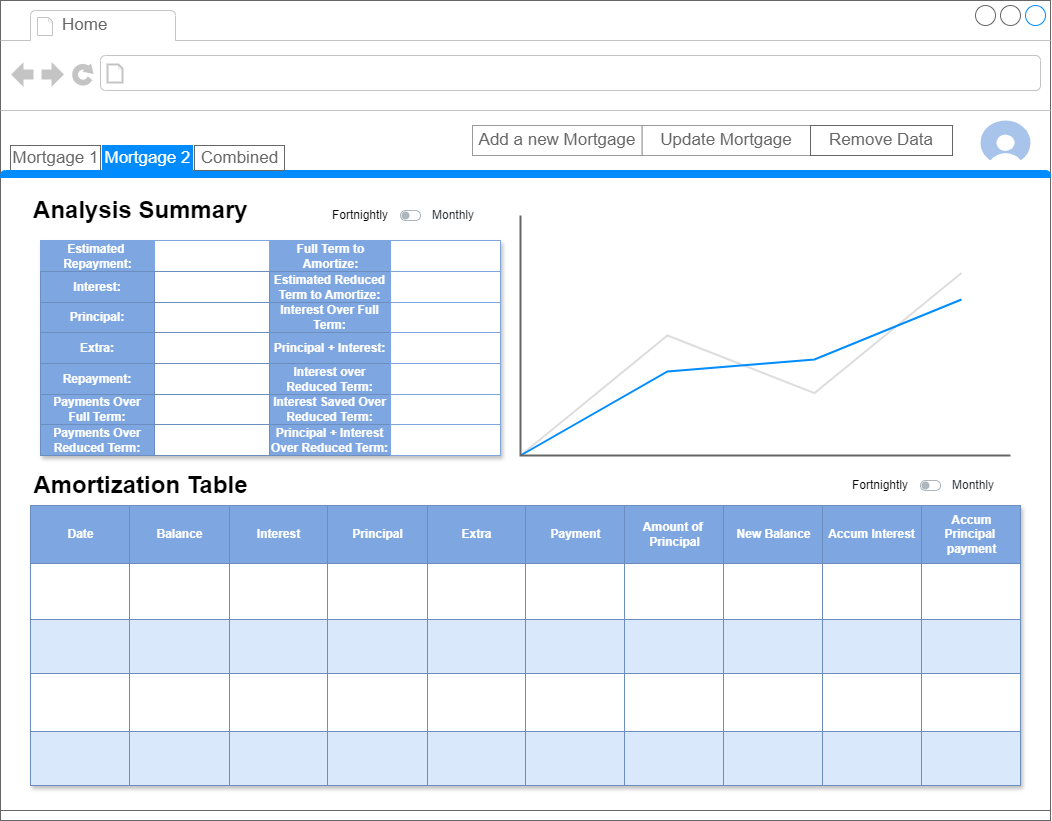
Earlier version of the draw.io export Design/wireframe_index.png (KatherineMulder/ITPR7.508-Business-Application-Programming-Semester-One-2024). Source tidied: cells renumbered, new cells last; positions are measured from the earlier drawing's top-left corner, leaving out a move shared by most shapes.
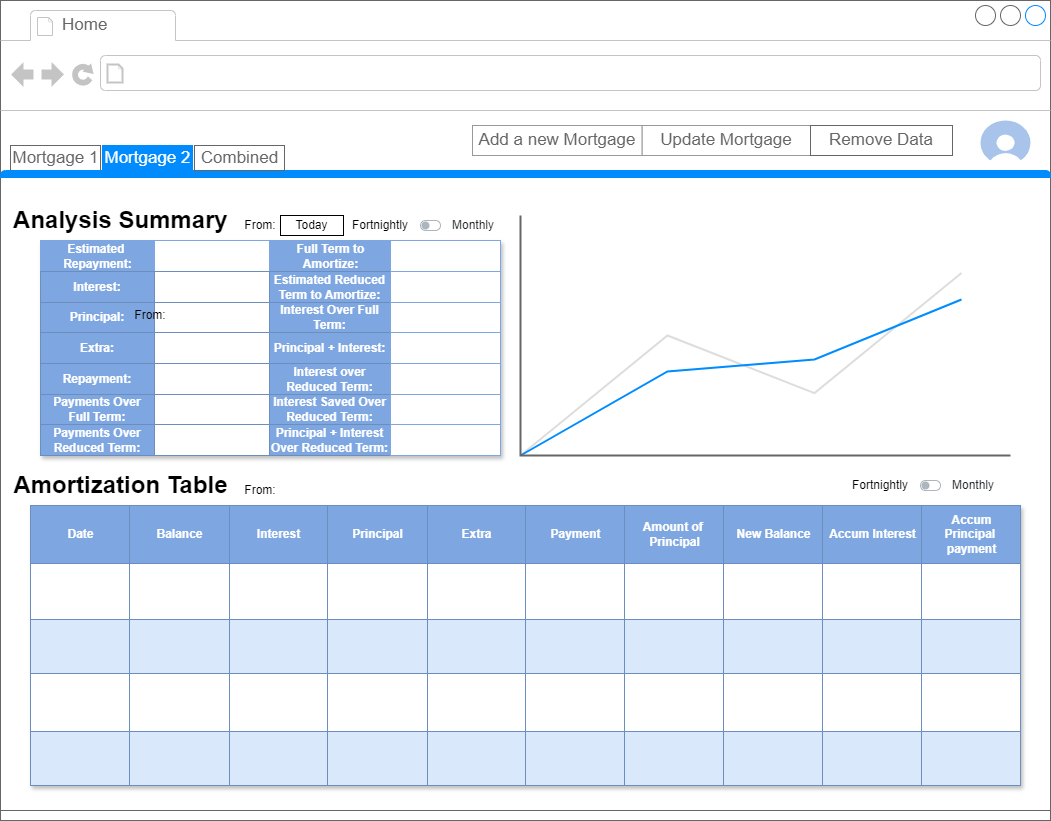
The same diagram one commit later.

The edit, as a diff of the source:
```diff
@@ -196,7 +196,7 @@
       <mxGeometry x="891" width="99" height="54" as="geometry" />
     </mxCell>
     <mxCell id="65" value="Amortization Table" style="text;strokeColor=none;fillColor=none;html=1;fontSize=24;fontStyle=1;verticalAlign=middle;align=center;" parent="5" vertex="1">
-      <mxGeometry x="90" y="320" width="100" height="40" as="geometry" />
+      <mxGeometry x="70" y="320" width="100" height="40" as="geometry" />
     </mxCell>
     <mxCell id="66" value="Monthly" style="html=1;shadow=0;dashed=0;shape=mxgraph.bootstrap.switch;strokeColor=#ADB6BD;strokeWidth=1;fillColor=#ffffff;fontColor=#212529;onStrokeColor=#ffffff;onFillColor=#0085FC;align=left;verticalAlign=middle;spacingLeft=10;labelPosition=right;verticalLabelPosition=middle;buttonState=0;sketch=0;" parent="5" vertex="1">
       <mxGeometry x="920" y="335" width="20" height="10" as="geometry" />
@@ -205,7 +205,7 @@
       <mxGeometry x="850" y="325" width="60" height="30" as="geometry" />
     </mxCell>
     <mxCell id="68" value="Analysis Summary" style="text;strokeColor=none;fillColor=none;html=1;fontSize=24;fontStyle=1;verticalAlign=middle;align=center;" parent="5" vertex="1">
-      <mxGeometry x="90" y="45" width="100" height="40" as="geometry" />
+      <mxGeometry x="70" y="55" width="100" height="40" as="geometry" />
     </mxCell>
     <mxCell id="69" value="Assets" style="strokeColor=#7EA6E0;fillColor=#7EA6E0;shadow=1;" parent="5" vertex="1">
       <mxGeometry x="40" y="95" width="460" height="215" as="geometry" />
@@ -316,11 +316,23 @@
       <mxGeometry x="350" width="110" height="31" as="geometry" />
     </mxCell>
     <mxCell id="105" value="Fortnightly" style="text;html=1;align=center;verticalAlign=middle;whiteSpace=wrap;rounded=0;" parent="5" vertex="1">
-      <mxGeometry x="330" y="55" width="60" height="30" as="geometry" />
+      <mxGeometry x="350" y="65" width="60" height="30" as="geometry" />
     </mxCell>
     <mxCell id="106" value="Monthly" style="html=1;shadow=0;dashed=0;shape=mxgraph.bootstrap.switch;strokeColor=#ADB6BD;strokeWidth=1;fillColor=#ffffff;fontColor=#212529;onStrokeColor=#ffffff;onFillColor=#0085FC;align=left;verticalAlign=middle;spacingLeft=10;labelPosition=right;verticalLabelPosition=middle;buttonState=0;sketch=0;" parent="5" vertex="1">
-      <mxGeometry x="400" y="65" width="20" height="10" as="geometry" />
+      <mxGeometry x="420" y="75" width="20" height="10" as="geometry" />
     </mxCell>
+    <mxCell id="114" value="From:" style="text;html=1;align=center;verticalAlign=middle;whiteSpace=wrap;rounded=0;" parent="5" vertex="1">
+      <mxGeometry x="230" y="330" width="60" height="30" as="geometry" />
+    </mxCell>
+    <mxCell id="115" value="Today" style="rounded=0;whiteSpace=wrap;html=1;" parent="5" vertex="1">
+      <mxGeometry x="280" y="70" width="63" height="20" as="geometry" />
+    </mxCell>
+    <mxCell id="116" value="From:" style="text;html=1;align=center;verticalAlign=middle;whiteSpace=wrap;rounded=0;" parent="5" vertex="1">
+      <mxGeometry x="120" y="155" width="60" height="30" as="geometry" />
+    </mxCell>
+    <mxCell id="117" value="From:" style="text;html=1;align=center;verticalAlign=middle;whiteSpace=wrap;rounded=0;" parent="5" vertex="1">
+      <mxGeometry x="230" y="65" width="60" height="30" as="geometry" />
+    </mxCell>
     <mxCell id="107" value="Combined" style="strokeColor=inherit;fillColor=inherit;gradientColor=inherit;strokeWidth=1;shadow=0;dashed=0;align=center;html=1;shape=mxgraph.mockup.containers.rrect;rSize=0;fontSize=17;fontColor=#666666;gradientColor=none;" parent="2" vertex="1">
       <mxGeometry width="90" height="25" relative="1" as="geometry">
         <mxPoint x="194" y="145" as="offset" />
```
